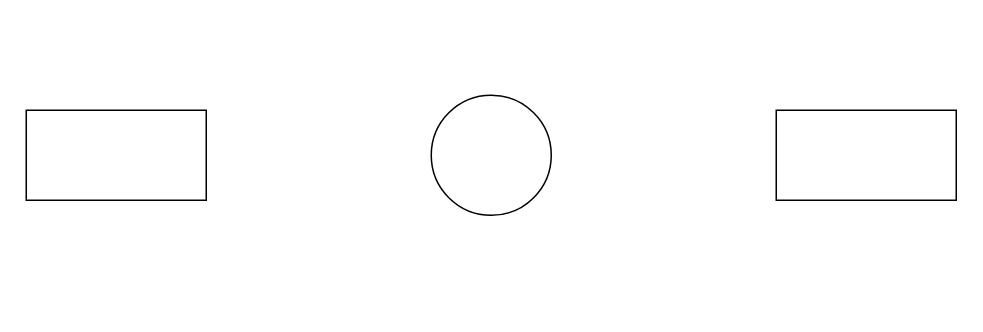
Earlier version of the draw.io diagram ContextDiagram.drawio (AbdulGimbul/DesainSistem). Source tidied: cells renumbered, new cells numbered last; positions are measured from the earlier drawing's top-left corner, leaving out a move shared by most shapes. Both pictures are drawn from the tidied source at 150%, with x=0, y=0 at pixel (26, 94).
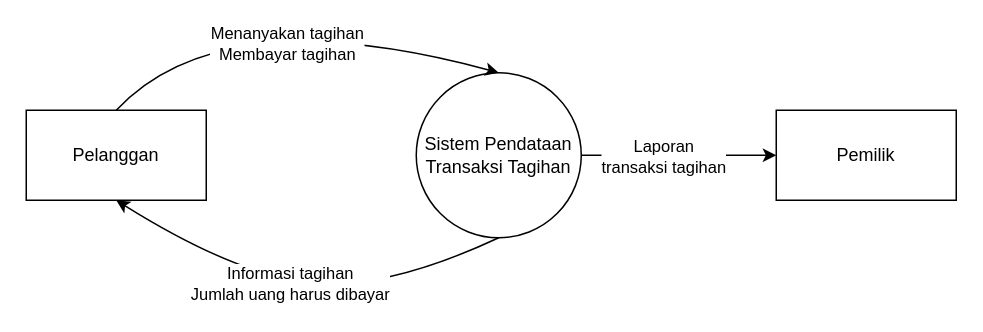
The same page after the edit.

Diff of the diagram source:
```diff
@@
 <mxGraphModel>
   <root>
     <mxCell id="0" />
     <mxCell id="1" parent="0" />
-    <mxCell id="2" style="ellipse;whiteSpace=wrap;html=1;" parent="1" vertex="1">
-      <mxGeometry x="270" width="80" height="80" as="geometry" />
+    <mxCell id="2" value="Sistem Pendataan Transaksi Tagihan" style="ellipse;whiteSpace=wrap;html=1;" parent="1" vertex="1">
+      <mxGeometry x="260" y="-15" width="110" height="110" as="geometry" />
     </mxCell>
-    <mxCell id="3" style="rounded=0;whiteSpace=wrap;html=1;" parent="1" vertex="1">
+    <mxCell id="3" value="Pelanggan" style="rounded=0;whiteSpace=wrap;html=1;" parent="1" vertex="1">
       <mxGeometry y="10" width="120" height="60" as="geometry" />
     </mxCell>
-    <mxCell id="4" style="rounded=0;whiteSpace=wrap;html=1;" parent="1" vertex="1">
+    <mxCell id="4" value="Pemilik" style="rounded=0;whiteSpace=wrap;html=1;" parent="1" vertex="1">
       <mxGeometry x="500" y="10" width="120" height="60" as="geometry" />
     </mxCell>
+    <mxCell id="5" style="curved=1;endArrow=classic;html=1;exitX=1;exitY=0.5;exitDx=0;exitDy=0;entryX=0;entryY=0.5;entryDx=0;entryDy=0;" parent="1" edge="1" source="2" target="4">
+      <mxGeometry relative="1" as="geometry" />
+    </mxCell>
+    <mxCell id="6" value="Laporan &lt;br&gt;transaksi tagihan" style="edgeLabel;html=1;align=center;verticalAlign=middle;" parent="5" vertex="1">
+      <mxGeometry x="-0.17" relative="1" as="geometry" />
+    </mxCell>
+    <mxCell id="7" style="curved=1;endArrow=classic;html=1;exitX=0.5;exitY=0;exitDx=0;exitDy=0;entryX=0.5;entryY=0;entryDx=0;entryDy=0;" parent="1" edge="1" source="3" target="2">
+      <mxGeometry relative="1" as="geometry">
+        <Array as="points">
+          <mxPoint x="130" y="-65" />
+        </Array>
+      </mxGeometry>
+    </mxCell>
+    <mxCell id="8" value="Menanyakan tagihan&lt;br&gt;Membayar tagihan" style="edgeLabel;html=1;align=center;verticalAlign=middle;" parent="7" vertex="1">
+      <mxGeometry x="0.04" y="-18" relative="1" as="geometry" />
+    </mxCell>
+    <mxCell id="9" style="curved=1;endArrow=classic;html=1;entryX=0.5;entryY=1;entryDx=0;entryDy=0;exitX=0.5;exitY=1;exitDx=0;exitDy=0;" parent="1" edge="1" source="2" target="3">
+      <mxGeometry relative="1" as="geometry">
+        <Array as="points">
+          <mxPoint x="240" y="130" />
+          <mxPoint x="140" y="120" />
+        </Array>
+      </mxGeometry>
+    </mxCell>
+    <mxCell id="10" value="Informasi tagihan&lt;br&gt;Jumlah uang harus dibayar" style="edgeLabel;html=1;align=center;verticalAlign=middle;" parent="9" vertex="1">
+      <mxGeometry x="0.06" y="2" relative="1" as="geometry" />
+    </mxCell>
   </root>
 </mxGraphModel>
```
